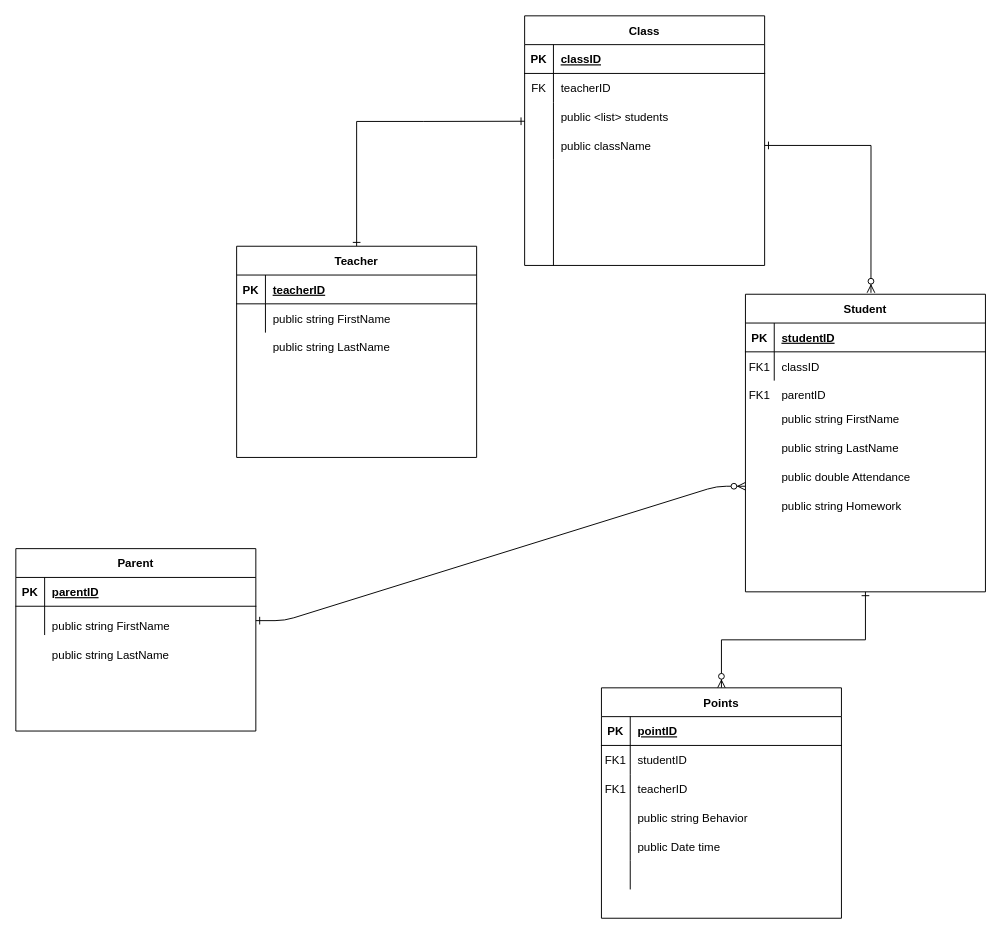
Before: MyClass Diagram.drawio in kadirermaya/MyClassroom, a draw.io diagram. Source tidied: cells renumbered, new cells numbered last; positions are measured from the earlier drawing's top-left corner, leaving out a move shared by most shapes. Both pictures are drawn from the tidied source at 96%, with x=0, y=0 at pixel (15, 15).
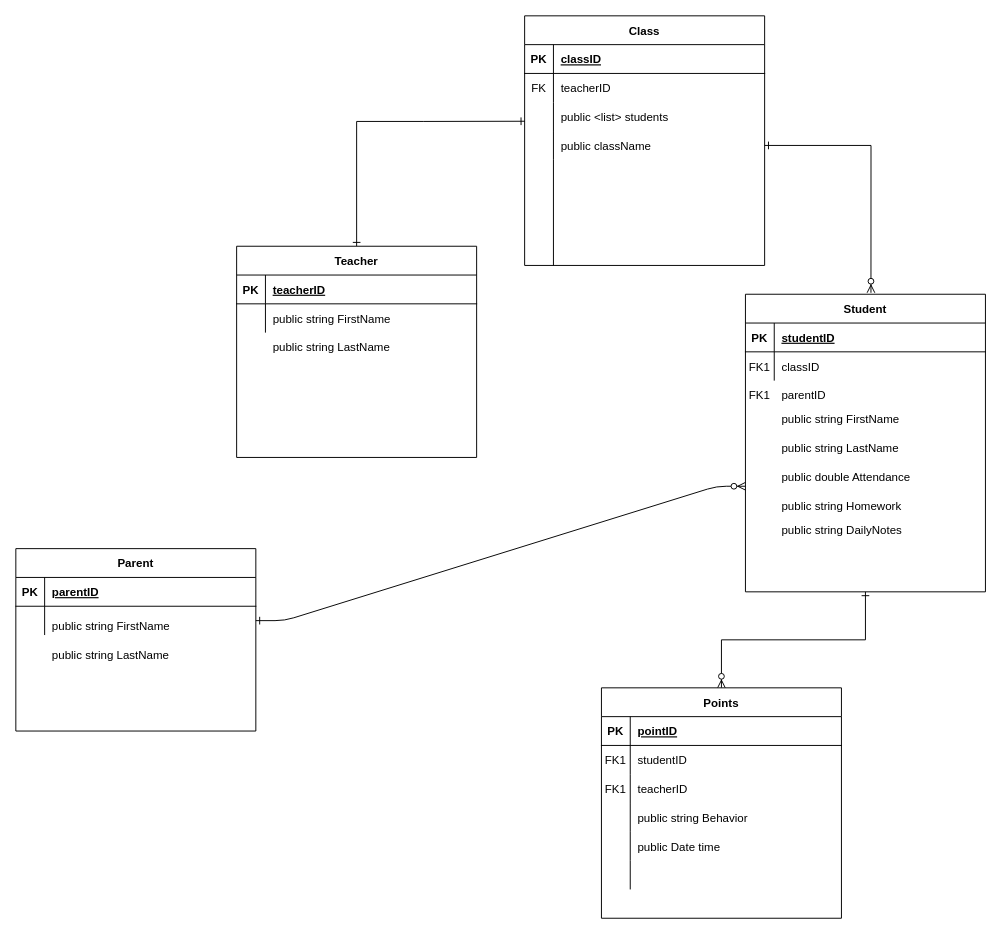
Above is the later version.

Diff of the diagram source:
```diff
@@
+    <mxCell id="78" value="public string DailyNotes" style="shape=partialRectangle;overflow=hidden;fillColor=none;top=0;left=0;bottom=0;right=0;align=left;spacingLeft=6;" parent="1" vertex="1">
+      <mxGeometry x="790" y="520" width="220" height="30" as="geometry" />
+    </mxCell>
```
